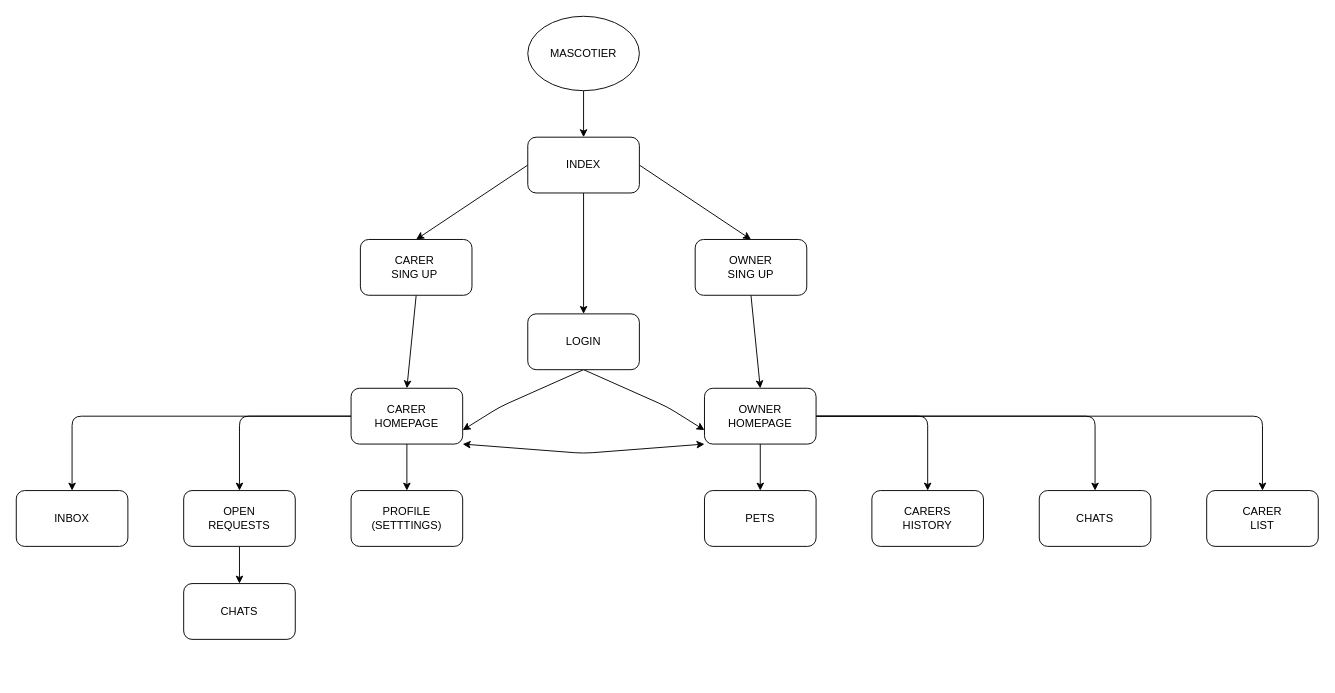
iagogonzalezborines/MascoTier_Project keeps this draw.io diagram as Docs/Web/SiteMap/SiteMap.drawio. Above is the earlier version. Source tidied: cells renumbered, new cells numbered last; positions are measured from the earlier drawing's top-left corner, leaving out a move shared by most shapes. Both pictures are drawn from the tidied source at 93%, with x=0, y=0 at pixel (16, 16).
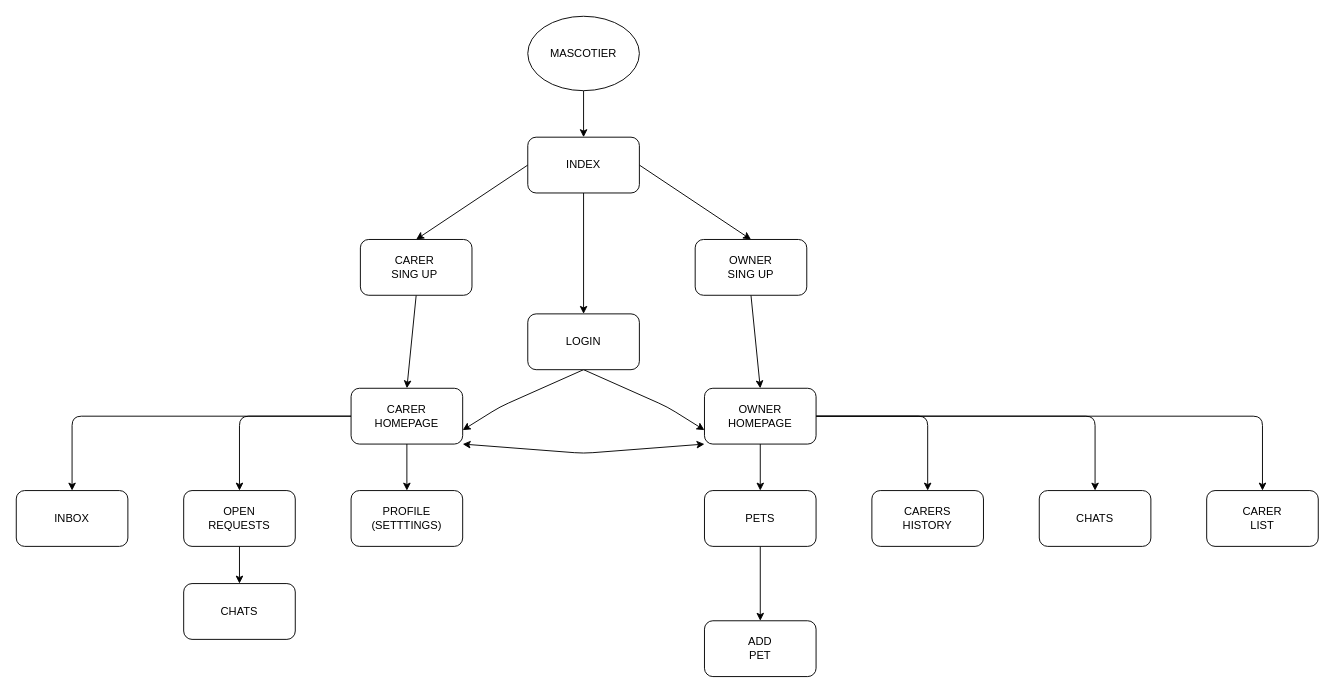
The same diagram, later.

The change refers to these unchanged cells:
```xml
<mxCell id="24" value="PETS" style="rounded=1;whiteSpace=wrap;html=1;" parent="1" vertex="1">
  <mxGeometry x="740" y="510" width="120" height="60" as="geometry" />
</mxCell>
```

The edit, as a diff of the source:
```diff
@@
+    <mxCell id="34" style="edgeStyle=orthogonalEdgeStyle;rounded=0;jettySize=auto;html=1;" parent="1" edge="1" source="24" target="35">
+      <mxGeometry relative="1" as="geometry" />
+    </mxCell>
@@
+    <mxCell id="35" value="ADD&lt;br&gt;PET" style="rounded=1;whiteSpace=wrap;html=1;" parent="1" vertex="1">
+      <mxGeometry x="740" y="650" width="120" height="60" as="geometry" />
+    </mxCell>
```
